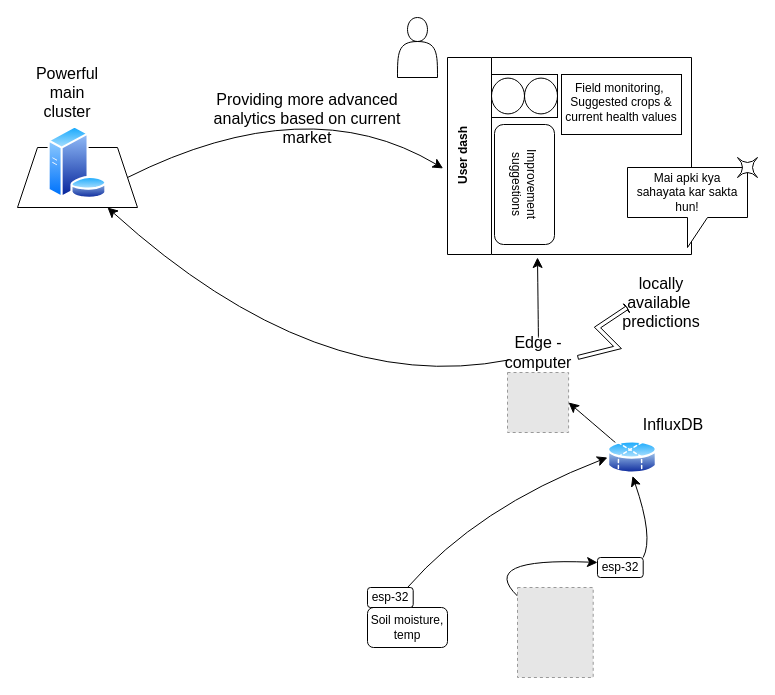
The draw.io diagram Untitled Diagram.drawio in anu-sin-theta/anu-rust, before the edit. Source tidied: cells renumbered, new cells numbered last; positions are measured from the earlier drawing's top-left corner, leaving out a move shared by most shapes. Both pictures are drawn from the tidied source at 100%, with x=0, y=0 at pixel (17, 17). Pictures stored in the file or linked from it are replaced by grey dashed boxes.
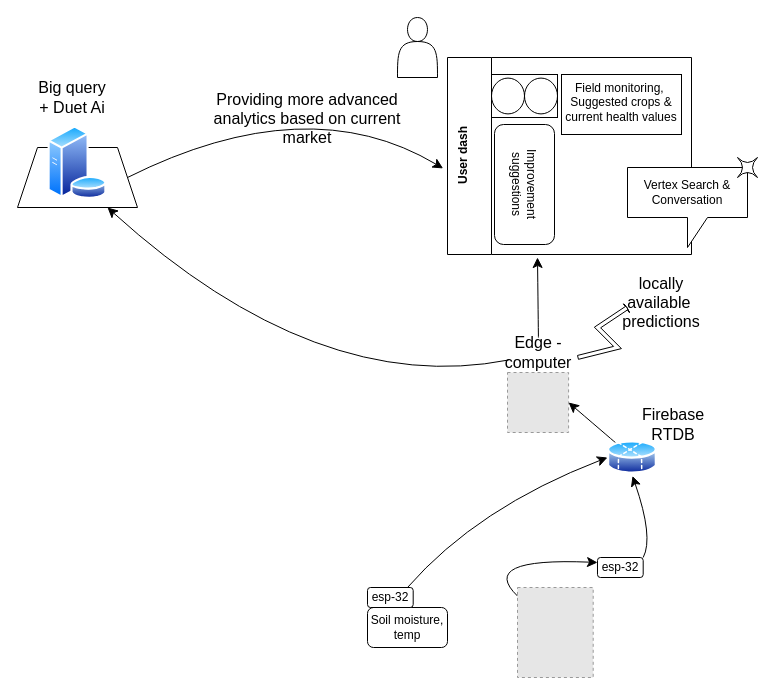
Above is the later version.

What changed in the source:
```diff
@@
-    <mxCell id="19" value="Mai apki kya sahayata kar sakta hun!" style="shape=callout;whiteSpace=wrap;html=1;perimeter=calloutPerimeter;" parent="1" vertex="1">
+    <mxCell id="19" value="Vertex Search &amp;amp; Conversation" style="shape=callout;whiteSpace=wrap;html=1;perimeter=calloutPerimeter;" parent="1" vertex="1">
       <mxGeometry x="610" y="150" width="120" height="80" as="geometry" />
     </mxCell>
@@
-    <mxCell id="22" value="InfluxDB" style="text;html=1;align=center;verticalAlign=middle;whiteSpace=wrap;rounded=0;fontSize=16;" parent="1" vertex="1">
+    <mxCell id="22" value="Firebase RTDB" style="text;html=1;align=center;verticalAlign=middle;whiteSpace=wrap;rounded=0;fontSize=16;" parent="1" vertex="1">
       <mxGeometry x="625.7" y="391.5" width="60" height="30" as="geometry" />
     </mxCell>
@@
-    <mxCell id="25" value="Powerful main cluster" style="text;html=1;align=center;verticalAlign=middle;whiteSpace=wrap;rounded=0;fontSize=16;" parent="1" vertex="1">
-      <mxGeometry x="20" y="60" width="60" height="30" as="geometry" />
+    <mxCell id="25" value="Big query + Duet Ai" style="text;html=1;align=center;verticalAlign=middle;whiteSpace=wrap;rounded=0;fontSize=16;" parent="1" vertex="1">
+      <mxGeometry x="20" y="60" width="70" height="40" as="geometry" />
     </mxCell>
```
